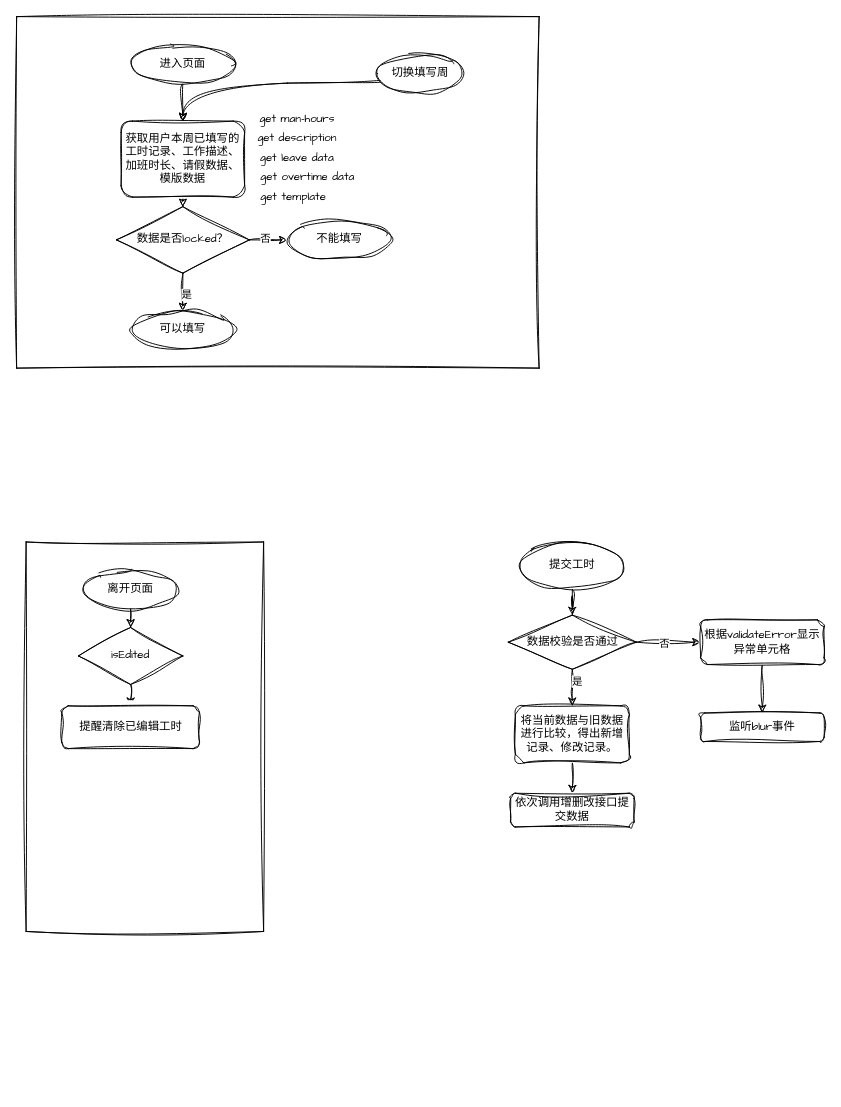
Before: SCUT RobotLab/未命名绘图.drawio in wanting12345/my-project, a draw.io diagram. Source tidied: cells renumbered, new cells numbered last; positions are measured from the earlier drawing's top-left corner, leaving out a move shared by most shapes. Both pictures are drawn from the tidied source at 95%, with x=0, y=0 at pixel (16, 16).
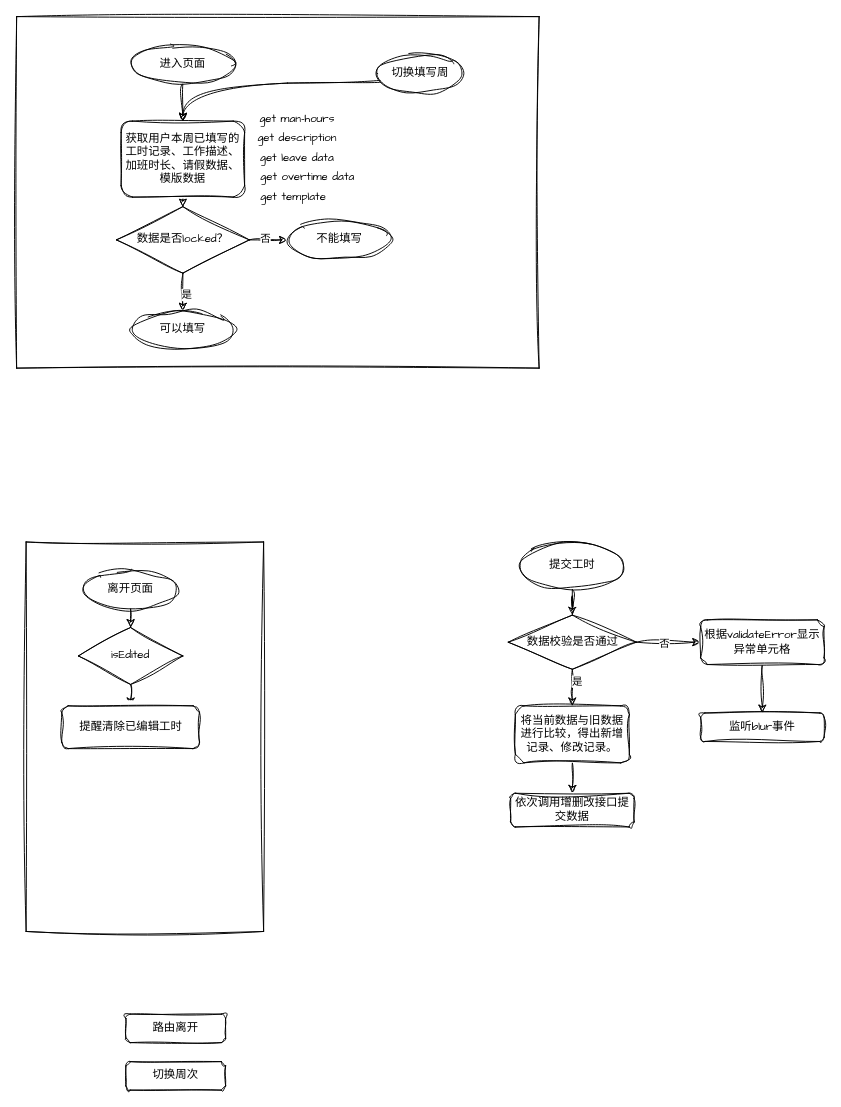
After the change.

Commit message:
更新未命名绘图.drawio

What changed in the source:
```diff
@@
+    <mxCell id="40" value="路由离开" style="rounded=1;whiteSpace=wrap;html=1;sketch=1;hachureGap=4;jiggle=2;curveFitting=1;fontFamily=Architects Daughter;" parent="1" vertex="1">
+      <mxGeometry x="115" y="1050" width="105" height="30" as="geometry" />
+    </mxCell>
+    <mxCell id="41" value="切换周次" style="rounded=1;whiteSpace=wrap;html=1;sketch=1;hachureGap=4;jiggle=2;curveFitting=1;fontFamily=Architects Daughter;" parent="1" vertex="1">
+      <mxGeometry x="115" y="1100" width="105" height="30" as="geometry" />
+    </mxCell>
```
